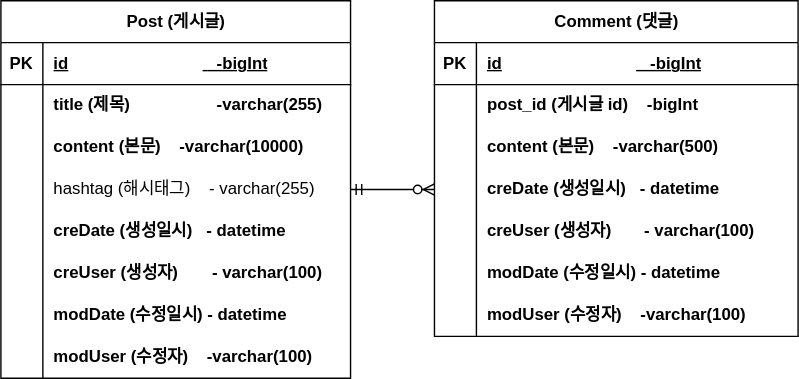
Earlier version of the draw.io export document/mh-project-erd.svg (MHLEE12/mh-project). Source tidied: cells renumbered, new cells last; positions are measured from the earlier drawing's top-left corner, leaving out a move shared by most shapes.
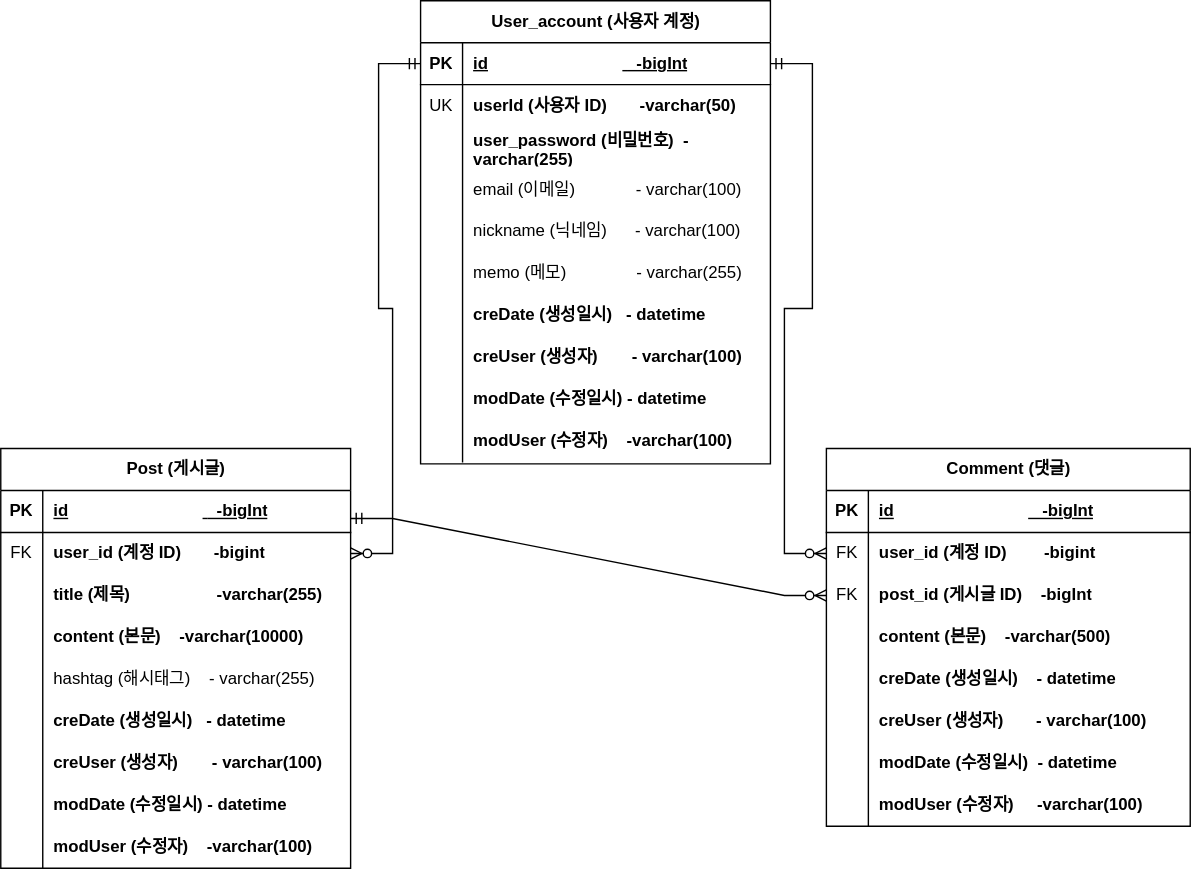
After the commit.

Commit message:
erd에 사용자 계정 내용 업데이트

What changed in the source:
```diff
@@ -5,3 +5,3 @@
     <mxCell id="2" value="Post (게시글)" style="shape=table;startSize=30;rowLines=0;fontStyle=1;align=center;html=1;" parent="1" vertex="1">
-      <mxGeometry width="250" height="270" as="geometry" />
+      <mxGeometry x="-70" y="270" width="250" height="300" as="geometry" />
     </mxCell>
@@ -19,10 +19,19 @@
     </mxCell>
-    <mxCell id="7" style="shape=partialRectangle;fillColor=none;top=0;left=0;bottom=0;right=0;overflow=hidden;whiteSpace=wrap;html=1;" parent="6" vertex="1">
+    <mxCell id="7" value="FK" style="shape=partialRectangle;fillColor=none;top=0;left=0;bottom=0;right=0;overflow=hidden;whiteSpace=wrap;html=1;" parent="6" vertex="1">
       <mxGeometry width="30" height="30" as="geometry" />
     </mxCell>
-    <mxCell id="8" value="title (제목)&lt;span style=&quot;white-space: pre;&quot;&gt;&#9;&lt;/span&gt;&lt;span style=&quot;white-space: pre;&quot;&gt;&#9;&lt;/span&gt;&amp;nbsp; &amp;nbsp;-varchar(255)" style="shape=partialRectangle;fillColor=none;top=0;left=0;bottom=0;right=0;align=left;spacingLeft=6;overflow=hidden;whiteSpace=wrap;html=1;fontStyle=1;" parent="6" vertex="1">
+    <mxCell id="8" value="user_id (계정 ID)&amp;nbsp; &amp;nbsp; &amp;nbsp; &amp;nbsp;-bigint" style="shape=partialRectangle;fillColor=none;top=0;left=0;bottom=0;right=0;align=left;spacingLeft=6;overflow=hidden;whiteSpace=wrap;html=1;fontStyle=1;" parent="6" vertex="1">
       <mxGeometry x="30" width="220" height="30" as="geometry" />
     </mxCell>
+    <mxCell id="50" style="shape=tableRow;horizontal=0;startSize=0;swimlaneHead=0;swimlaneBody=0;fillColor=none;top=0;left=0;right=0;bottom=0;" parent="2" vertex="1">
+      <mxGeometry y="90" width="250" height="30" as="geometry" />
+    </mxCell>
+    <mxCell id="51" style="shape=partialRectangle;fillColor=none;top=0;left=0;bottom=0;right=0;overflow=hidden;whiteSpace=wrap;html=1;" parent="50" vertex="1">
+      <mxGeometry width="30" height="30" as="geometry" />
+    </mxCell>
+    <mxCell id="52" value="title (제목)&lt;span style=&quot;white-space: pre;&quot;&gt;&#9;&lt;/span&gt;&lt;span style=&quot;white-space: pre;&quot;&gt;&#9;&lt;/span&gt;&amp;nbsp; &amp;nbsp;-varchar(255)" style="shape=partialRectangle;fillColor=none;top=0;left=0;bottom=0;right=0;align=left;spacingLeft=6;overflow=hidden;whiteSpace=wrap;html=1;fontStyle=1;" parent="50" vertex="1">
+      <mxGeometry x="30" width="220" height="30" as="geometry" />
+    </mxCell>
     <mxCell id="9" style="shape=tableRow;horizontal=0;startSize=0;swimlaneHead=0;swimlaneBody=0;fillColor=none;top=0;left=0;right=0;bottom=0;" parent="2" vertex="1">
-      <mxGeometry y="90" width="250" height="30" as="geometry" />
+      <mxGeometry y="120" width="250" height="30" as="geometry" />
     </mxCell>
@@ -35,3 +44,3 @@
     <mxCell id="12" style="shape=tableRow;horizontal=0;startSize=0;swimlaneHead=0;swimlaneBody=0;fillColor=none;points=[[0,0.5],[1,0.5]];portConstraint=eastwest;top=0;left=0;right=0;bottom=0;" parent="2" vertex="1">
-      <mxGeometry y="120" width="250" height="30" as="geometry" />
+      <mxGeometry y="150" width="250" height="30" as="geometry" />
     </mxCell>
@@ -44,3 +53,3 @@
     <mxCell id="15" style="shape=tableRow;horizontal=0;startSize=0;swimlaneHead=0;swimlaneBody=0;fillColor=none;top=0;left=0;right=0;bottom=0;" parent="2" vertex="1">
-      <mxGeometry y="150" width="250" height="30" as="geometry" />
+      <mxGeometry y="180" width="250" height="30" as="geometry" />
     </mxCell>
@@ -53,3 +62,3 @@
     <mxCell id="18" style="shape=tableRow;horizontal=0;startSize=0;swimlaneHead=0;swimlaneBody=0;fillColor=none;top=0;left=0;right=0;bottom=0;" parent="2" vertex="1">
-      <mxGeometry y="180" width="250" height="30" as="geometry" />
+      <mxGeometry y="210" width="250" height="30" as="geometry" />
     </mxCell>
@@ -62,3 +71,3 @@
     <mxCell id="21" style="shape=tableRow;horizontal=0;startSize=0;swimlaneHead=0;swimlaneBody=0;fillColor=none;top=0;left=0;right=0;bottom=0;" parent="2" vertex="1">
-      <mxGeometry y="210" width="250" height="30" as="geometry" />
+      <mxGeometry y="240" width="250" height="30" as="geometry" />
     </mxCell>
@@ -71,3 +80,3 @@
     <mxCell id="24" style="shape=tableRow;horizontal=0;startSize=0;swimlaneHead=0;swimlaneBody=0;fillColor=none;top=0;left=0;right=0;bottom=0;" parent="2" vertex="1">
-      <mxGeometry y="240" width="250" height="30" as="geometry" />
+      <mxGeometry y="270" width="250" height="30" as="geometry" />
     </mxCell>
@@ -80,3 +89,3 @@
     <mxCell id="27" value="Comment (댓글)" style="shape=table;startSize=30;rowLines=0;fontStyle=1;align=center;html=1;" parent="1" vertex="1">
-      <mxGeometry x="310" width="260" height="240" as="geometry" />
+      <mxGeometry x="520" y="270" width="260" height="270" as="geometry" />
     </mxCell>
@@ -94,10 +103,19 @@
     </mxCell>
-    <mxCell id="32" style="shape=partialRectangle;fillColor=none;top=0;left=0;bottom=0;right=0;overflow=hidden;whiteSpace=wrap;html=1;" parent="31" vertex="1">
+    <mxCell id="32" value="FK" style="shape=partialRectangle;fillColor=none;top=0;left=0;bottom=0;right=0;overflow=hidden;whiteSpace=wrap;html=1;" parent="31" vertex="1">
       <mxGeometry width="30" height="30" as="geometry" />
     </mxCell>
-    <mxCell id="33" value="post_id (게시글 id)&amp;nbsp; &amp;nbsp; -bigInt" style="shape=partialRectangle;fillColor=none;top=0;left=0;bottom=0;right=0;align=left;spacingLeft=6;overflow=hidden;whiteSpace=wrap;html=1;fontStyle=1;" parent="31" vertex="1">
+    <mxCell id="33" value="user_id (계정 ID)&amp;nbsp; &amp;nbsp; &amp;nbsp; &amp;nbsp; -bigint" style="shape=partialRectangle;fillColor=none;top=0;left=0;bottom=0;right=0;align=left;spacingLeft=6;overflow=hidden;whiteSpace=wrap;html=1;fontStyle=1;" parent="31" vertex="1">
       <mxGeometry x="30" width="230" height="30" as="geometry" />
     </mxCell>
+    <mxCell id="53" style="shape=tableRow;horizontal=0;startSize=0;swimlaneHead=0;swimlaneBody=0;fillColor=none;points=[[0,0.5],[1,0.5]];portConstraint=eastwest;top=0;left=0;right=0;bottom=0;" parent="27" vertex="1">
+      <mxGeometry y="90" width="260" height="30" as="geometry" />
+    </mxCell>
+    <mxCell id="54" value="FK" style="shape=partialRectangle;fillColor=none;top=0;left=0;bottom=0;right=0;overflow=hidden;whiteSpace=wrap;html=1;" parent="53" vertex="1">
+      <mxGeometry width="30" height="30" as="geometry" />
+    </mxCell>
+    <mxCell id="55" value="post_id (게시글 ID)&amp;nbsp; &amp;nbsp; -bigInt" style="shape=partialRectangle;fillColor=none;top=0;left=0;bottom=0;right=0;align=left;spacingLeft=6;overflow=hidden;whiteSpace=wrap;html=1;fontStyle=1;" parent="53" vertex="1">
+      <mxGeometry x="30" width="230" height="30" as="geometry" />
+    </mxCell>
     <mxCell id="34" style="shape=tableRow;horizontal=0;startSize=0;swimlaneHead=0;swimlaneBody=0;fillColor=none;top=0;left=0;right=0;bottom=0;" parent="27" vertex="1">
-      <mxGeometry y="90" width="260" height="30" as="geometry" />
+      <mxGeometry y="120" width="260" height="30" as="geometry" />
     </mxCell>
@@ -110,3 +128,3 @@
     <mxCell id="37" style="shape=tableRow;horizontal=0;startSize=0;swimlaneHead=0;swimlaneBody=0;fillColor=none;points=[[0,0.5],[1,0.5]];portConstraint=eastwest;top=0;left=0;right=0;bottom=0;" parent="27" vertex="1">
-      <mxGeometry y="120" width="260" height="30" as="geometry" />
+      <mxGeometry y="150" width="260" height="30" as="geometry" />
     </mxCell>
@@ -115,3 +133,3 @@
     </mxCell>
-    <mxCell id="39" value="creDate (생성일시)&amp;nbsp; &amp;nbsp;- datetime" style="shape=partialRectangle;fillColor=none;top=0;left=0;bottom=0;right=0;align=left;spacingLeft=6;overflow=hidden;whiteSpace=wrap;html=1;fontStyle=1;" parent="37" vertex="1">
+    <mxCell id="39" value="creDate (생성일시)&amp;nbsp; &amp;nbsp; - datetime" style="shape=partialRectangle;fillColor=none;top=0;left=0;bottom=0;right=0;align=left;spacingLeft=6;overflow=hidden;whiteSpace=wrap;html=1;fontStyle=1;" parent="37" vertex="1">
       <mxGeometry x="30" width="230" height="30" as="geometry" />
@@ -119,3 +137,3 @@
     <mxCell id="40" style="shape=tableRow;horizontal=0;startSize=0;swimlaneHead=0;swimlaneBody=0;fillColor=none;top=0;left=0;right=0;bottom=0;" parent="27" vertex="1">
-      <mxGeometry y="150" width="260" height="30" as="geometry" />
+      <mxGeometry y="180" width="260" height="30" as="geometry" />
     </mxCell>
@@ -128,3 +146,3 @@
     <mxCell id="43" style="shape=tableRow;horizontal=0;startSize=0;swimlaneHead=0;swimlaneBody=0;fillColor=none;top=0;left=0;right=0;bottom=0;" parent="27" vertex="1">
-      <mxGeometry y="180" width="260" height="30" as="geometry" />
+      <mxGeometry y="210" width="260" height="30" as="geometry" />
     </mxCell>
@@ -133,3 +151,3 @@
     </mxCell>
-    <mxCell id="45" value="modDate (수정일시) - datetime" style="shape=partialRectangle;fillColor=none;top=0;left=0;bottom=0;right=0;align=left;spacingLeft=6;overflow=hidden;whiteSpace=wrap;html=1;fontStyle=1;" parent="43" vertex="1">
+    <mxCell id="45" value="modDate (수정일시)&amp;nbsp; - datetime" style="shape=partialRectangle;fillColor=none;top=0;left=0;bottom=0;right=0;align=left;spacingLeft=6;overflow=hidden;whiteSpace=wrap;html=1;fontStyle=1;" parent="43" vertex="1">
       <mxGeometry x="30" width="230" height="30" as="geometry" />
@@ -137,3 +155,3 @@
     <mxCell id="46" style="shape=tableRow;horizontal=0;startSize=0;swimlaneHead=0;swimlaneBody=0;fillColor=none;top=0;left=0;right=0;bottom=0;" parent="27" vertex="1">
-      <mxGeometry y="210" width="260" height="30" as="geometry" />
+      <mxGeometry y="240" width="260" height="30" as="geometry" />
     </mxCell>
@@ -142,8 +160,117 @@
     </mxCell>
-    <mxCell id="48" value="modUser (수정자)&amp;nbsp; &amp;nbsp; -varchar(100)" style="shape=partialRectangle;fillColor=none;top=0;left=0;bottom=0;right=0;align=left;spacingLeft=6;overflow=hidden;whiteSpace=wrap;html=1;fontStyle=1;" parent="46" vertex="1">
+    <mxCell id="48" value="modUser (수정자)&amp;nbsp; &amp;nbsp; &amp;nbsp;-varchar(100)" style="shape=partialRectangle;fillColor=none;top=0;left=0;bottom=0;right=0;align=left;spacingLeft=6;overflow=hidden;whiteSpace=wrap;html=1;fontStyle=1;" parent="46" vertex="1">
       <mxGeometry x="30" width="230" height="30" as="geometry" />
     </mxCell>
-    <mxCell id="49" style="edgeStyle=entityRelationEdgeStyle;fontSize=12;html=1;endArrow=ERzeroToMany;startArrow=ERmandOne;rounded=0;exitX=1;exitY=0.5;exitDx=0;exitDy=0;entryX=0;entryY=0.5;entryDx=0;entryDy=0;" parent="1" edge="1" source="12" target="37">
-      <mxGeometry relative="1" as="geometry" />
+    <mxCell id="49" style="edgeStyle=entityRelationEdgeStyle;fontSize=12;html=1;endArrow=ERzeroToMany;startArrow=ERmandOne;rounded=0;exitX=1;exitY=0.5;exitDx=0;exitDy=0;entryX=0;entryY=0.5;entryDx=0;entryDy=0;" parent="1" edge="1" target="53">
+      <mxGeometry relative="1" as="geometry">
+        <mxPoint x="180" y="320" as="sourcePoint" />
+      </mxGeometry>
     </mxCell>
+    <mxCell id="56" value="User_account (사용자 계정)" style="shape=table;startSize=30;rowLines=0;fontStyle=1;align=center;html=1;" parent="1" vertex="1">
+      <mxGeometry x="230" y="-50" width="250" height="331" as="geometry" />
+    </mxCell>
+    <mxCell id="57" style="shape=tableRow;horizontal=0;startSize=0;swimlaneHead=0;swimlaneBody=0;fillColor=none;points=[[0,0.5],[1,0.5]];portConstraint=eastwest;top=0;left=0;right=0;bottom=1;" parent="56" vertex="1">
+      <mxGeometry y="30" width="250" height="30" as="geometry" />
+    </mxCell>
+    <mxCell id="58" value="PK" style="shape=partialRectangle;fillColor=none;top=0;left=0;bottom=0;right=0;fontStyle=1;overflow=hidden;whiteSpace=wrap;html=1;" parent="57" vertex="1">
+      <mxGeometry width="30" height="30" as="geometry" />
+    </mxCell>
+    <mxCell id="59" value="id&lt;span style=&quot;white-space: pre;&quot;&gt;&#9;&lt;/span&gt;&lt;span style=&quot;white-space: pre;&quot;&gt;&#9;&lt;/span&gt;&lt;span style=&quot;white-space: pre;&quot;&gt;&#9;&lt;span style=&quot;white-space: pre;&quot;&gt;&#9;&lt;/span&gt; &lt;/span&gt;&amp;nbsp; -bigInt" style="shape=partialRectangle;fillColor=none;top=0;left=0;bottom=0;right=0;align=left;spacingLeft=6;fontStyle=5;overflow=hidden;whiteSpace=wrap;html=1;" parent="57" vertex="1">
+      <mxGeometry x="30" width="220" height="30" as="geometry" />
+    </mxCell>
+    <mxCell id="60" style="shape=tableRow;horizontal=0;startSize=0;swimlaneHead=0;swimlaneBody=0;fillColor=none;top=0;left=0;right=0;bottom=0;" parent="56" vertex="1">
+      <mxGeometry y="60" width="250" height="30" as="geometry" />
+    </mxCell>
+    <mxCell id="61" value="UK" style="shape=partialRectangle;fillColor=none;top=0;left=0;bottom=0;right=0;overflow=hidden;whiteSpace=wrap;html=1;" parent="60" vertex="1">
+      <mxGeometry width="30" height="30" as="geometry" />
+    </mxCell>
+    <mxCell id="62" value="userId (사용자 ID)&amp;nbsp; &amp;nbsp; &amp;nbsp; &amp;nbsp;-varchar(50)" style="shape=partialRectangle;fillColor=none;top=0;left=0;bottom=0;right=0;align=left;spacingLeft=6;overflow=hidden;whiteSpace=wrap;html=1;fontStyle=1;" parent="60" vertex="1">
+      <mxGeometry x="30" width="220" height="30" as="geometry" />
+    </mxCell>
+    <mxCell id="63" style="shape=tableRow;horizontal=0;startSize=0;swimlaneHead=0;swimlaneBody=0;fillColor=none;top=0;left=0;right=0;bottom=0;" parent="56" vertex="1">
+      <mxGeometry y="90" width="250" height="30" as="geometry" />
+    </mxCell>
+    <mxCell id="64" style="shape=partialRectangle;fillColor=none;top=0;left=0;bottom=0;right=0;overflow=hidden;whiteSpace=wrap;html=1;" parent="63" vertex="1">
+      <mxGeometry width="30" height="30" as="geometry" />
+    </mxCell>
+    <mxCell id="65" value="user_password (비밀번호)&amp;nbsp; -varchar(255)" style="shape=partialRectangle;fillColor=none;top=0;left=0;bottom=0;right=0;align=left;spacingLeft=6;overflow=hidden;whiteSpace=wrap;html=1;fontStyle=1;" parent="63" vertex="1">
+      <mxGeometry x="30" width="220" height="30" as="geometry" />
+    </mxCell>
+    <mxCell id="66" style="shape=tableRow;horizontal=0;startSize=0;swimlaneHead=0;swimlaneBody=0;fillColor=none;top=0;left=0;right=0;bottom=0;" parent="56" vertex="1">
+      <mxGeometry y="120" width="250" height="30" as="geometry" />
+    </mxCell>
+    <mxCell id="67" style="shape=partialRectangle;fillColor=none;top=0;left=0;bottom=0;right=0;overflow=hidden;whiteSpace=wrap;html=1;" parent="66" vertex="1">
+      <mxGeometry width="30" height="30" as="geometry" />
+    </mxCell>
+    <mxCell id="68" value="email (이메일)&amp;nbsp; &amp;nbsp; &amp;nbsp; &amp;nbsp; &amp;nbsp; &amp;nbsp; &amp;nbsp;- varchar(100)" style="shape=partialRectangle;fillColor=none;top=0;left=0;bottom=0;right=0;align=left;spacingLeft=6;overflow=hidden;whiteSpace=wrap;html=1;" parent="66" vertex="1">
+      <mxGeometry x="30" width="220" height="30" as="geometry" />
+    </mxCell>
+    <mxCell id="69" style="shape=tableRow;horizontal=0;startSize=0;swimlaneHead=0;swimlaneBody=0;fillColor=none;top=0;left=0;right=0;bottom=0;" parent="56" vertex="1">
+      <mxGeometry y="150" width="250" height="30" as="geometry" />
+    </mxCell>
+    <mxCell id="70" style="shape=partialRectangle;fillColor=none;top=0;left=0;bottom=0;right=0;overflow=hidden;whiteSpace=wrap;html=1;" parent="69" vertex="1">
+      <mxGeometry width="30" height="30" as="geometry" />
+    </mxCell>
+    <mxCell id="71" value="nickname (닉네임)&amp;nbsp; &amp;nbsp; &amp;nbsp; - varchar(100)" style="shape=partialRectangle;fillColor=none;top=0;left=0;bottom=0;right=0;align=left;spacingLeft=6;overflow=hidden;whiteSpace=wrap;html=1;" parent="69" vertex="1">
+      <mxGeometry x="30" width="220" height="30" as="geometry" />
+    </mxCell>
+    <mxCell id="72" style="shape=tableRow;horizontal=0;startSize=0;swimlaneHead=0;swimlaneBody=0;fillColor=none;top=0;left=0;right=0;bottom=0;" parent="56" vertex="1">
+      <mxGeometry y="180" width="250" height="30" as="geometry" />
+    </mxCell>
+    <mxCell id="73" style="shape=partialRectangle;fillColor=none;top=0;left=0;bottom=0;right=0;overflow=hidden;whiteSpace=wrap;html=1;" parent="72" vertex="1">
+      <mxGeometry width="30" height="30" as="geometry" />
+    </mxCell>
+    <mxCell id="74" value="memo (메모)&amp;nbsp; &amp;nbsp; &amp;nbsp; &amp;nbsp; &amp;nbsp; &amp;nbsp; &amp;nbsp; &amp;nbsp;- varchar(255)" style="shape=partialRectangle;fillColor=none;top=0;left=0;bottom=0;right=0;align=left;spacingLeft=6;overflow=hidden;whiteSpace=wrap;html=1;" parent="72" vertex="1">
+      <mxGeometry x="30" width="220" height="30" as="geometry" />
+    </mxCell>
+    <mxCell id="75" style="shape=tableRow;horizontal=0;startSize=0;swimlaneHead=0;swimlaneBody=0;fillColor=none;top=0;left=0;right=0;bottom=0;" parent="56" vertex="1">
+      <mxGeometry y="210" width="250" height="30" as="geometry" />
+    </mxCell>
+    <mxCell id="76" style="shape=partialRectangle;fillColor=none;top=0;left=0;bottom=0;right=0;overflow=hidden;whiteSpace=wrap;html=1;" parent="75" vertex="1">
+      <mxGeometry width="30" height="30" as="geometry" />
+    </mxCell>
+    <mxCell id="77" value="creDate (생성일시)&amp;nbsp; &amp;nbsp;- datetime" style="shape=partialRectangle;fillColor=none;top=0;left=0;bottom=0;right=0;align=left;spacingLeft=6;overflow=hidden;whiteSpace=wrap;html=1;fontStyle=1;" parent="75" vertex="1">
+      <mxGeometry x="30" width="220" height="30" as="geometry" />
+    </mxCell>
+    <mxCell id="78" style="shape=tableRow;horizontal=0;startSize=0;swimlaneHead=0;swimlaneBody=0;fillColor=none;top=0;left=0;right=0;bottom=0;" parent="56" vertex="1">
+      <mxGeometry y="240" width="250" height="30" as="geometry" />
+    </mxCell>
+    <mxCell id="79" style="shape=partialRectangle;fillColor=none;top=0;left=0;bottom=0;right=0;overflow=hidden;whiteSpace=wrap;html=1;" parent="78" vertex="1">
+      <mxGeometry width="30" height="30" as="geometry" />
+    </mxCell>
+    <mxCell id="80" value="creUser (생성자)&lt;span style=&quot;white-space: pre;&quot;&gt;&#9;&lt;/span&gt;&amp;nbsp;&amp;nbsp;- varchar(100)" style="shape=partialRectangle;fillColor=none;top=0;left=0;bottom=0;right=0;align=left;spacingLeft=6;overflow=hidden;whiteSpace=wrap;html=1;fontStyle=1;" parent="78" vertex="1">
+      <mxGeometry x="30" width="220" height="30" as="geometry" />
+    </mxCell>
+    <mxCell id="81" style="shape=tableRow;horizontal=0;startSize=0;swimlaneHead=0;swimlaneBody=0;fillColor=none;top=0;left=0;right=0;bottom=0;" parent="56" vertex="1">
+      <mxGeometry y="270" width="250" height="30" as="geometry" />
+    </mxCell>
+    <mxCell id="82" style="shape=partialRectangle;fillColor=none;top=0;left=0;bottom=0;right=0;overflow=hidden;whiteSpace=wrap;html=1;" parent="81" vertex="1">
+      <mxGeometry width="30" height="30" as="geometry" />
+    </mxCell>
+    <mxCell id="83" value="modDate (수정일시) - datetime" style="shape=partialRectangle;fillColor=none;top=0;left=0;bottom=0;right=0;align=left;spacingLeft=6;overflow=hidden;whiteSpace=wrap;html=1;fontStyle=1;" parent="81" vertex="1">
+      <mxGeometry x="30" width="220" height="30" as="geometry" />
+    </mxCell>
+    <mxCell id="84" style="shape=tableRow;horizontal=0;startSize=0;swimlaneHead=0;swimlaneBody=0;fillColor=none;top=0;left=0;right=0;bottom=0;" parent="56" vertex="1">
+      <mxGeometry y="300" width="250" height="30" as="geometry" />
+    </mxCell>
+    <mxCell id="85" style="shape=partialRectangle;fillColor=none;top=0;left=0;bottom=0;right=0;overflow=hidden;whiteSpace=wrap;html=1;" parent="84" vertex="1">
+      <mxGeometry width="30" height="30" as="geometry" />
+    </mxCell>
+    <mxCell id="86" value="modUser (수정자)&amp;nbsp; &amp;nbsp; -varchar(100)" style="shape=partialRectangle;fillColor=none;top=0;left=0;bottom=0;right=0;align=left;spacingLeft=6;overflow=hidden;whiteSpace=wrap;html=1;fontStyle=1;" parent="84" vertex="1">
+      <mxGeometry x="30" width="220" height="30" as="geometry" />
+    </mxCell>
+    <mxCell id="87" style="edgeStyle=entityRelationEdgeStyle;fontSize=12;html=1;endArrow=ERzeroToMany;startArrow=ERmandOne;exitX=1;exitY=0.5;exitDx=0;exitDy=0;entryX=0;entryY=0.5;entryDx=0;entryDy=0;strokeColor=default;rounded=0;" parent="1" edge="1" source="57" target="31">
+      <mxGeometry relative="1" as="geometry">
+        <Array as="points">
+          <mxPoint x="440" y="330" />
+          <mxPoint x="440" y="340" />
+          <mxPoint x="430" y="340" />
+          <mxPoint x="380" y="340" />
+          <mxPoint x="480" y="450" />
+        </Array>
+      </mxGeometry>
+    </mxCell>
+    <mxCell id="88" style="edgeStyle=entityRelationEdgeStyle;fontSize=12;html=1;endArrow=ERzeroToMany;startArrow=ERmandOne;rounded=0;exitX=0;exitY=0.5;exitDx=0;exitDy=0;entryX=1;entryY=0.5;entryDx=0;entryDy=0;" parent="1" edge="1" source="57" target="6">
+      <mxGeometry relative="1" as="geometry" />
+    </mxCell>
   </root>
```
